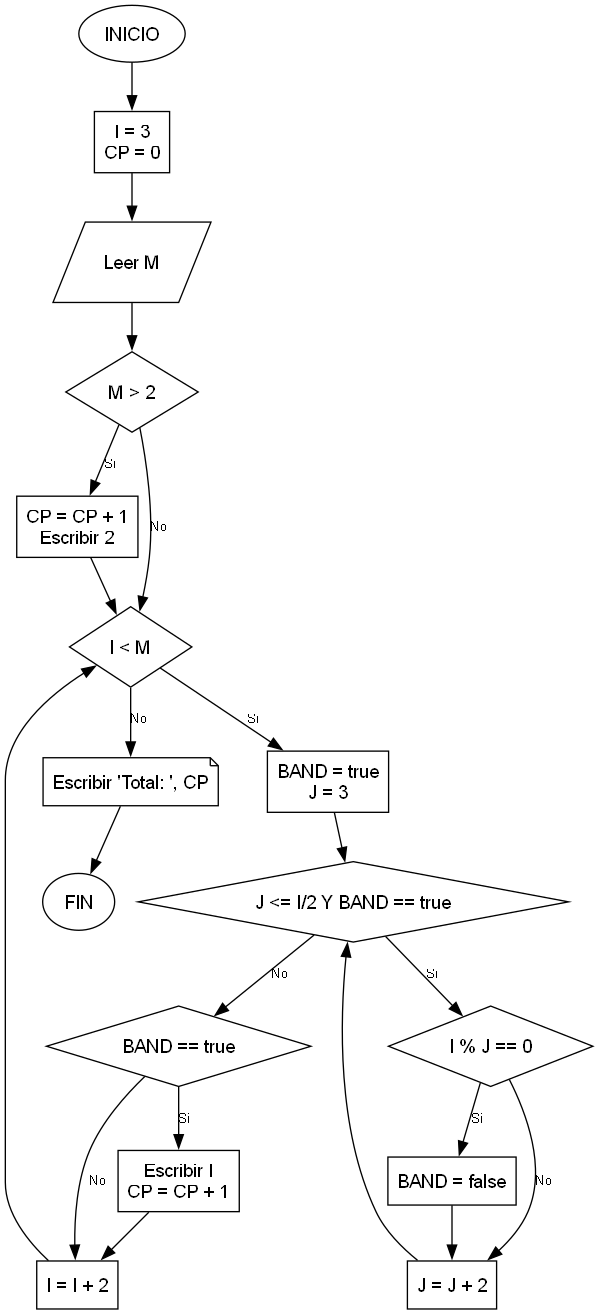
Before: Ejercicios/Problema_3_17/Diagrama/Problema_3_17.png, a diagram exported from Graphviz (23Leilany166/java-tutor-tics). Its source is kept beside it as Ejercicios/Problema_3_17/Diagrama/Problema_3_17.dot.
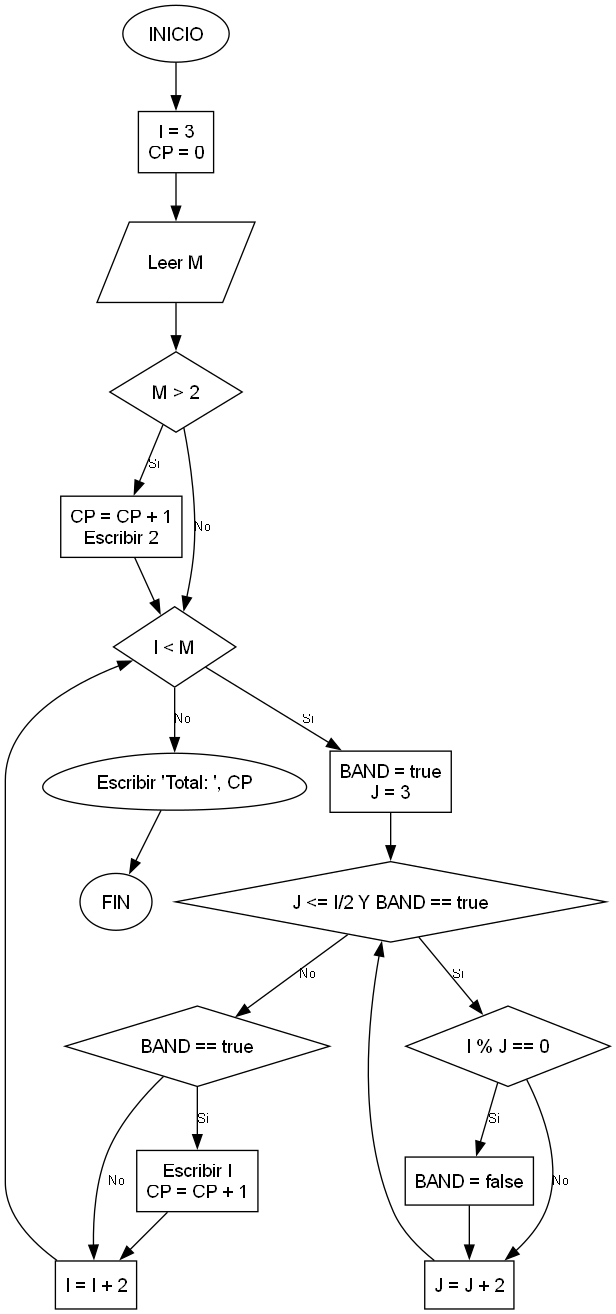
After the commit.

Diff of the diagram source:
```diff
@@ -17,7 +17,7 @@
     COND_BAND_V [shape=diamond, label="BAND == true"];
     PROCESO_PRIMO [label="Escribir I\nCP = CP + 1"];
     INC_I [label="I = I + 2"];
-    IMPRIMIR_FINAL [shape=note, label="Escribir 'Total: ', CP"];
+    IMPRIMIR_FINAL [shape=egg, label="Escribir 'Total: ', CP"];
     FIN [shape=ellipse, label="FIN"];
 
     INICIO -> INIT_VARS -> LEER_M -> COND_M_GT_2;
```
